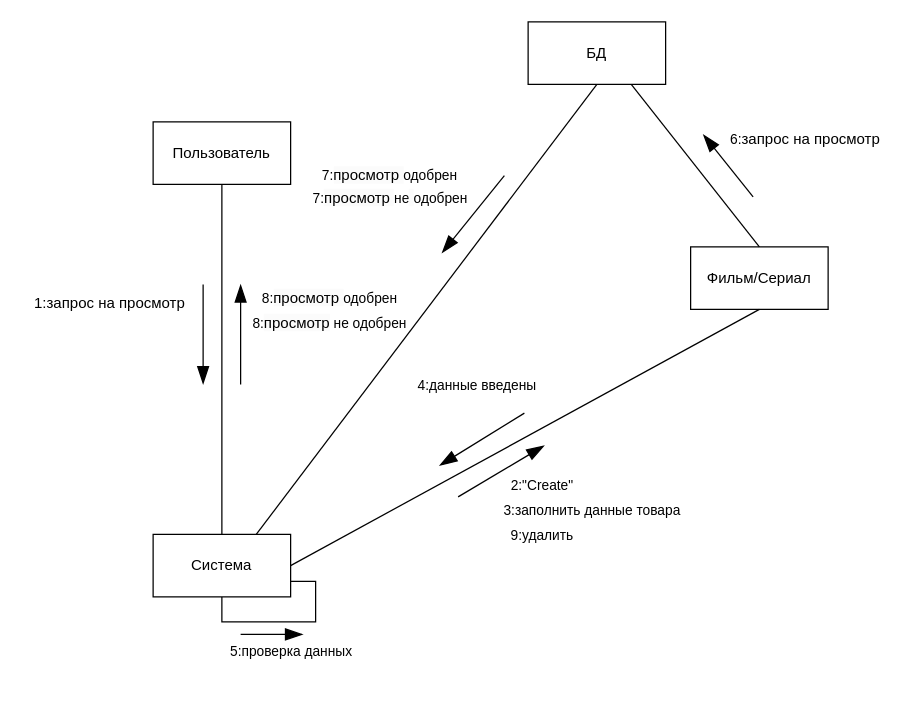
KarimFaik/MSSS keeps this draw.io diagram as 4)Communication diag.drawio. Above is the earlier version. Source tidied: cells renumbered, new cells numbered last; positions are measured from the earlier drawing's top-left corner, leaving out a move shared by most shapes. Both pictures are drawn from the tidied source at 125%, with x=0, y=0 at pixel (21, 21).
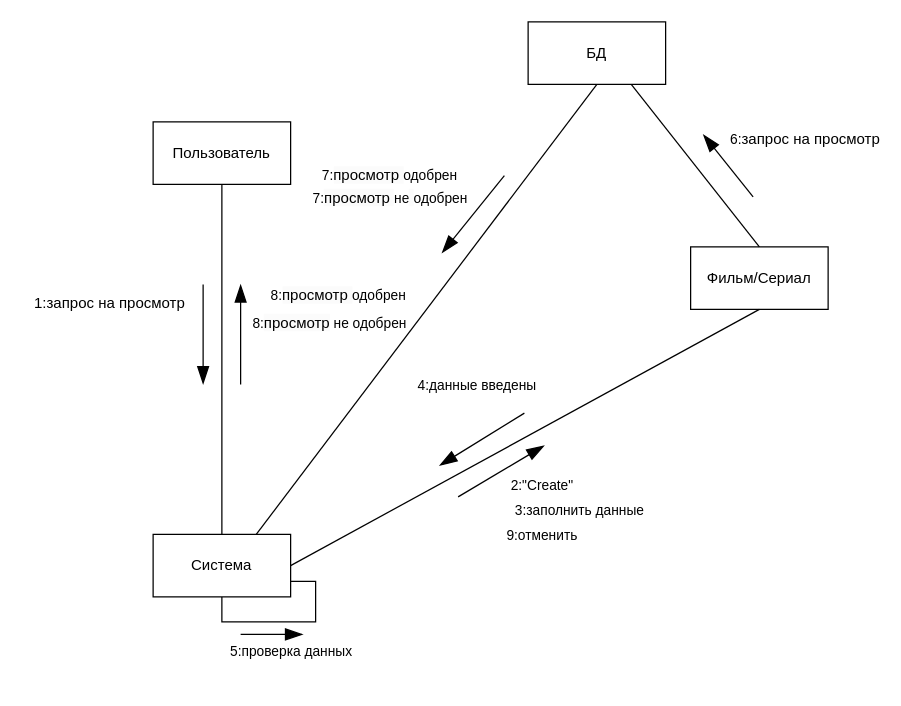
The same page after the edit.

What changed in the source:
```diff
@@
-    <mxCell id="19" value="3:заполнить данные товара" style="edgeLabel;html=1;align=center;verticalAlign=middle;" parent="1" vertex="1">
-      <mxGeometry x="455" y="390" as="geometry" />
+    <mxCell id="19" value="3:заполнить данные" style="edgeLabel;html=1;align=center;verticalAlign=middle;" parent="1" vertex="1">
+      <mxGeometry x="445" y="390" as="geometry" />
     </mxCell>
@@
     <mxCell id="28" value="8:&lt;span style=&quot;font-size: 12px; background-color: rgb(251, 251, 251);&quot;&gt;просмотр&amp;nbsp;&lt;/span&gt;одобрен" style="edgeLabel;html=1;align=center;verticalAlign=middle;" parent="1" vertex="1">
-      <mxGeometry x="245" y="220" as="geometry" />
+      <mxGeometry x="245" y="220" as="geometry">
+        <mxPoint x="7" y="-2" as="offset" />
+      </mxGeometry>
     </mxCell>
@@
-    <mxCell id="31" value="9:удалить" style="edgeLabel;html=1;align=center;verticalAlign=middle;" parent="1" vertex="1">
+    <mxCell id="31" value="9:отменить" style="edgeLabel;html=1;align=center;verticalAlign=middle;" parent="1" vertex="1">
       <mxGeometry x="415" y="410" as="geometry" />
     </mxCell>
```
